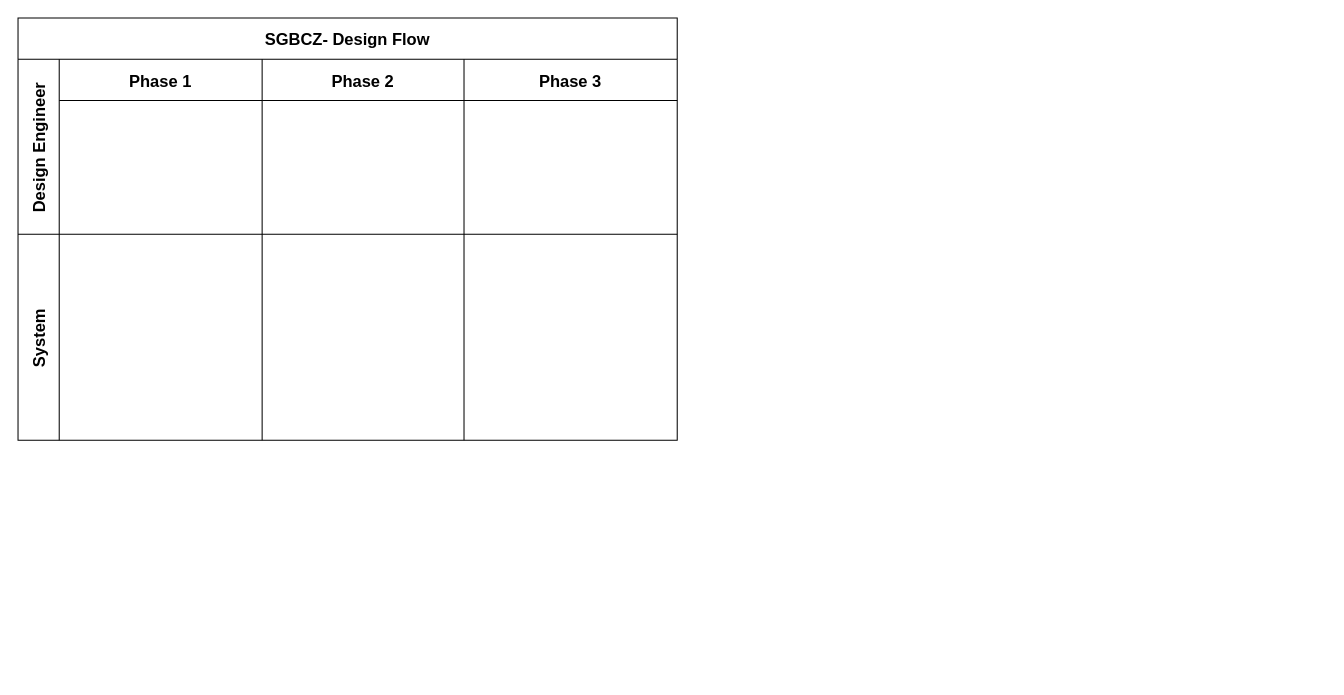
Iswariya-LMNAs/Diagrams keeps this draw.io diagram as sgbcz.drawio. Above is the earlier version. Source tidied: cells renumbered, new cells numbered last; positions are measured from the earlier drawing's top-left corner, leaving out a move shared by most shapes. Both pictures are drawn from the tidied source at 103%, with x=0, y=0 at pixel (18, 18).
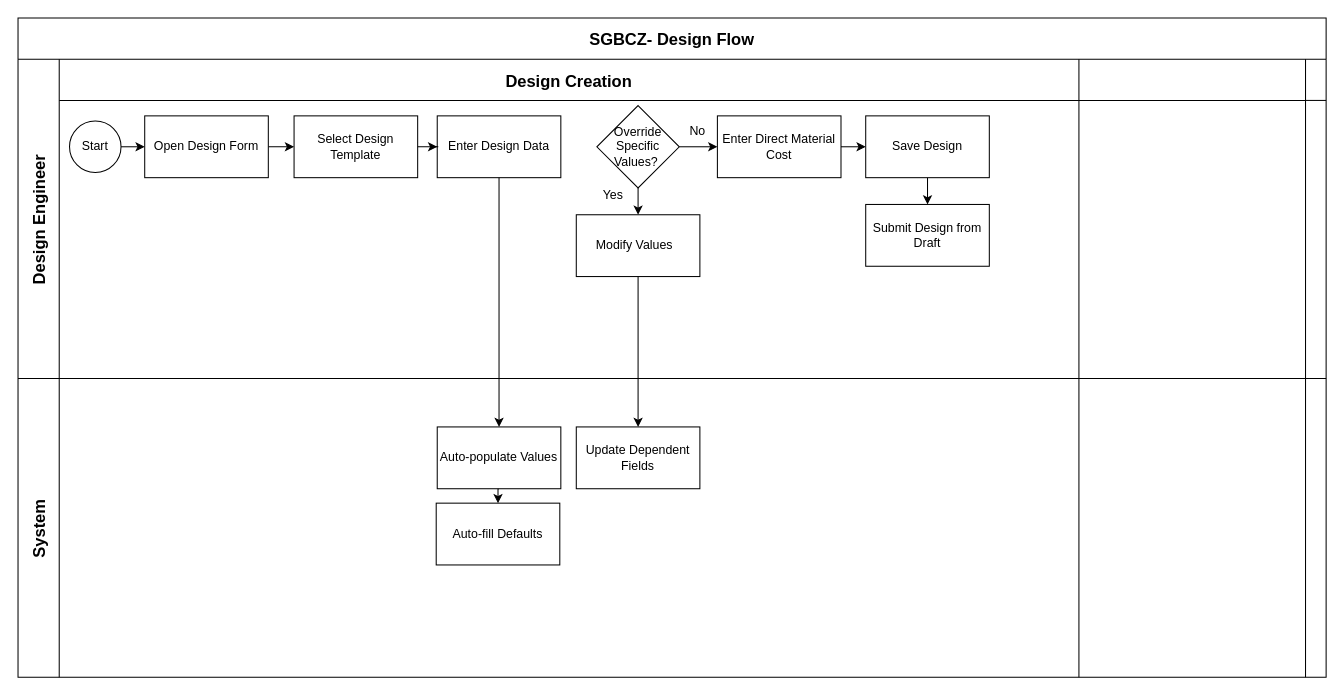
After the change.

What changed in the source:
```diff
@@
     <mxCell id="2" value="SGBCZ- Design Flow" style="shape=table;childLayout=tableLayout;startSize=40;fontSize=16;fontStyle=1;" parent="1" vertex="1">
-      <mxGeometry width="640" height="410" as="geometry" />
+      <mxGeometry width="1270" height="640" as="geometry" />
     </mxCell>
     <mxCell id="3" value="Design Engineer" style="shape=tableRow;horizontal=0;swimlaneHead=0;swimlaneBody=0;top=0;left=0;strokeColor=inherit;bottom=0;right=0;fontStyle=1;fillColor=none;startSize=40;fontSize=16;strokeWidth=1;" parent="2" vertex="1">
-      <mxGeometry y="40" width="640" height="170" as="geometry" />
+      <mxGeometry y="40" width="1270" height="310" as="geometry" />
     </mxCell>
-    <mxCell id="4" value="Phase 1" style="swimlane;swimlaneHead=0;swimlaneBody=0;fontStyle=1;strokeColor=inherit;fillColor=none;startSize=40;fontSize=16;" parent="3" vertex="1">
-      <mxGeometry x="40" width="197" height="170" as="geometry" />
+    <mxCell id="4" value="Design Creation" style="swimlane;swimlaneHead=0;swimlaneBody=0;fontStyle=1;strokeColor=inherit;fillColor=none;startSize=40;fontSize=16;" parent="3" vertex="1">
+      <mxGeometry x="40" width="990" height="310" as="geometry" />
     </mxCell>
+    <mxCell id="11" style="edgeStyle=orthogonalEdgeStyle;rounded=0;jettySize=auto;html=1;exitX=1;exitY=0.5;exitDx=0;exitDy=0;entryX=0;entryY=0.5;entryDx=0;entryDy=0;" parent="4" edge="1" source="12" target="14">
+      <mxGeometry relative="1" as="geometry" />
+    </mxCell>
+    <mxCell id="12" value="Start" style="ellipse;whiteSpace=wrap;html=1;" parent="4" vertex="1">
+      <mxGeometry x="10" y="60" width="50" height="50" as="geometry" />
+    </mxCell>
+    <mxCell id="13" style="edgeStyle=orthogonalEdgeStyle;rounded=0;jettySize=auto;html=1;" parent="4" edge="1" source="14" target="17">
+      <mxGeometry relative="1" as="geometry" />
+    </mxCell>
+    <mxCell id="14" value="Open Design Form" style="rounded=0;whiteSpace=wrap;html=1;" parent="4" vertex="1">
+      <mxGeometry x="83" y="55" width="120" height="60" as="geometry" />
+    </mxCell>
+    <mxCell id="15" value="Enter Design Data" style="rounded=0;whiteSpace=wrap;html=1;" parent="4" vertex="1">
+      <mxGeometry x="367" y="55" width="120" height="60" as="geometry" />
+    </mxCell>
+    <mxCell id="16" style="edgeStyle=orthogonalEdgeStyle;rounded=0;jettySize=auto;html=1;" parent="4" edge="1" source="17" target="15">
+      <mxGeometry relative="1" as="geometry" />
+    </mxCell>
+    <mxCell id="17" value="Select Design Template" style="rounded=0;whiteSpace=wrap;html=1;" parent="4" vertex="1">
+      <mxGeometry x="228" y="55" width="120" height="60" as="geometry" />
+    </mxCell>
+    <mxCell id="18" style="edgeStyle=orthogonalEdgeStyle;rounded=0;jettySize=auto;html=1;exitX=0.5;exitY=1;exitDx=0;exitDy=0;entryX=0.5;entryY=0;entryDx=0;entryDy=0;" parent="4" edge="1" source="20" target="21">
+      <mxGeometry relative="1" as="geometry" />
+    </mxCell>
+    <mxCell id="19" style="edgeStyle=orthogonalEdgeStyle;rounded=0;jettySize=auto;html=1;exitX=1;exitY=0.5;exitDx=0;exitDy=0;entryX=0;entryY=0.5;entryDx=0;entryDy=0;" parent="4" edge="1" source="20" target="23">
+      <mxGeometry relative="1" as="geometry" />
+    </mxCell>
+    <mxCell id="20" value="Override Specific Values?&amp;nbsp;" style="rhombus;whiteSpace=wrap;html=1;" parent="4" vertex="1">
+      <mxGeometry x="522" y="45" width="80" height="80" as="geometry" />
+    </mxCell>
+    <mxCell id="21" value="Modify Values&amp;nbsp;&amp;nbsp;" style="rounded=0;whiteSpace=wrap;html=1;" parent="4" vertex="1">
+      <mxGeometry x="502" y="151" width="120" height="60" as="geometry" />
+    </mxCell>
+    <mxCell id="22" style="edgeStyle=orthogonalEdgeStyle;rounded=0;jettySize=auto;html=1;exitX=1;exitY=0.5;exitDx=0;exitDy=0;entryX=0;entryY=0.5;entryDx=0;entryDy=0;" parent="4" edge="1" source="23" target="25">
+      <mxGeometry relative="1" as="geometry" />
+    </mxCell>
+    <mxCell id="23" value="Enter Direct Material Cost" style="rounded=0;whiteSpace=wrap;html=1;" parent="4" vertex="1">
+      <mxGeometry x="639" y="55" width="120" height="60" as="geometry" />
+    </mxCell>
+    <mxCell id="24" style="edgeStyle=orthogonalEdgeStyle;rounded=0;jettySize=auto;html=1;entryX=0.5;entryY=0;entryDx=0;entryDy=0;" parent="4" edge="1" source="25" target="26">
+      <mxGeometry relative="1" as="geometry" />
+    </mxCell>
+    <mxCell id="25" value="Save Design" style="rounded=0;whiteSpace=wrap;html=1;" parent="4" vertex="1">
+      <mxGeometry x="783" y="55" width="120" height="60" as="geometry" />
+    </mxCell>
+    <mxCell id="26" value="Submit Design from Draft" style="rounded=0;whiteSpace=wrap;html=1;" parent="4" vertex="1">
+      <mxGeometry x="783" y="141" width="120" height="60" as="geometry" />
+    </mxCell>
+    <mxCell id="27" value="No" style="text;html=1;align=center;verticalAlign=middle;whiteSpace=wrap;rounded=0;" parent="4" vertex="1">
+      <mxGeometry x="590" y="55" width="60" height="30" as="geometry" />
+    </mxCell>
+    <mxCell id="28" value="Yes" style="text;html=1;align=center;verticalAlign=middle;whiteSpace=wrap;rounded=0;" parent="4" vertex="1">
+      <mxGeometry x="508" y="117" width="60" height="30" as="geometry" />
+    </mxCell>
-    <mxCell id="5" value="Phase 2" style="swimlane;swimlaneHead=0;swimlaneBody=0;fontStyle=1;strokeColor=inherit;fillColor=none;startSize=40;fontSize=16;" parent="3" vertex="1">
-      <mxGeometry x="237" width="196" height="170" as="geometry" />
+    <mxCell id="5" style="swimlane;swimlaneHead=0;swimlaneBody=0;fontStyle=1;strokeColor=inherit;fillColor=none;startSize=40;fontSize=16;" parent="3" vertex="1">
+      <mxGeometry x="1030" width="220" height="310" as="geometry" />
     </mxCell>
-    <mxCell id="6" value="Phase 3" style="swimlane;swimlaneHead=0;swimlaneBody=0;fontStyle=1;strokeColor=inherit;fillColor=none;startSize=40;fontSize=16;" parent="3" vertex="1">
-      <mxGeometry x="433" width="207" height="170" as="geometry" />
+    <mxCell id="6" style="swimlane;swimlaneHead=0;swimlaneBody=0;fontStyle=1;strokeColor=inherit;fillColor=none;startSize=40;fontSize=16;" parent="3" vertex="1">
+      <mxGeometry x="1250" width="20" height="310" as="geometry" />
     </mxCell>
     <mxCell id="7" value="System" style="shape=tableRow;horizontal=0;swimlaneHead=0;swimlaneBody=0;top=0;left=0;strokeColor=inherit;bottom=0;right=0;fontStyle=1;fillColor=none;startSize=40;fontSize=16;" parent="2" vertex="1">
-      <mxGeometry y="210" width="640" height="200" as="geometry" />
+      <mxGeometry y="350" width="1270" height="290" as="geometry" />
     </mxCell>
     <mxCell id="8" style="swimlane;swimlaneHead=0;swimlaneBody=0;fontStyle=1;strokeColor=inherit;fillColor=none;startSize=0;fontSize=16;" parent="7" vertex="1">
-      <mxGeometry x="40" width="197" height="200" as="geometry" />
+      <mxGeometry x="40" width="990" height="290" as="geometry" />
     </mxCell>
+    <mxCell id="29" style="edgeStyle=orthogonalEdgeStyle;rounded=0;jettySize=auto;html=1;exitX=0.5;exitY=1;exitDx=0;exitDy=0;entryX=0.5;entryY=0;entryDx=0;entryDy=0;" parent="8" edge="1" source="30" target="31">
+      <mxGeometry relative="1" as="geometry" />
+    </mxCell>
+    <mxCell id="30" value="Auto-populate Values" style="rounded=0;whiteSpace=wrap;html=1;" parent="8" vertex="1">
+      <mxGeometry x="367" y="47" width="120" height="60" as="geometry" />
+    </mxCell>
+    <mxCell id="31" value="Auto-fill Defaults" style="rounded=0;whiteSpace=wrap;html=1;" parent="8" vertex="1">
+      <mxGeometry x="366" y="121" width="120" height="60" as="geometry" />
+    </mxCell>
+    <mxCell id="32" value="Update Dependent Fields" style="rounded=0;whiteSpace=wrap;html=1;" parent="8" vertex="1">
+      <mxGeometry x="502" y="47" width="120" height="60" as="geometry" />
+    </mxCell>
     <mxCell id="9" style="swimlane;swimlaneHead=0;swimlaneBody=0;fontStyle=1;strokeColor=inherit;fillColor=none;startSize=0;fontSize=16;" parent="7" vertex="1">
-      <mxGeometry x="237" width="196" height="200" as="geometry" />
+      <mxGeometry x="1030" width="220" height="290" as="geometry" />
     </mxCell>
     <mxCell id="10" style="swimlane;swimlaneHead=0;swimlaneBody=0;fontStyle=1;strokeColor=inherit;fillColor=none;startSize=0;fontSize=16;" parent="7" vertex="1">
-      <mxGeometry x="433" width="207" height="200" as="geometry" />
+      <mxGeometry x="1250" width="20" height="290" as="geometry" />
     </mxCell>
+    <mxCell id="33" style="edgeStyle=orthogonalEdgeStyle;rounded=0;jettySize=auto;html=1;exitX=0.5;exitY=1;exitDx=0;exitDy=0;" parent="2" edge="1" source="15" target="30">
+      <mxGeometry relative="1" as="geometry" />
+    </mxCell>
+    <mxCell id="34" style="edgeStyle=orthogonalEdgeStyle;rounded=0;jettySize=auto;html=1;entryX=0.5;entryY=0;entryDx=0;entryDy=0;" parent="2" edge="1" source="21" target="32">
+      <mxGeometry relative="1" as="geometry" />
+    </mxCell>
```
